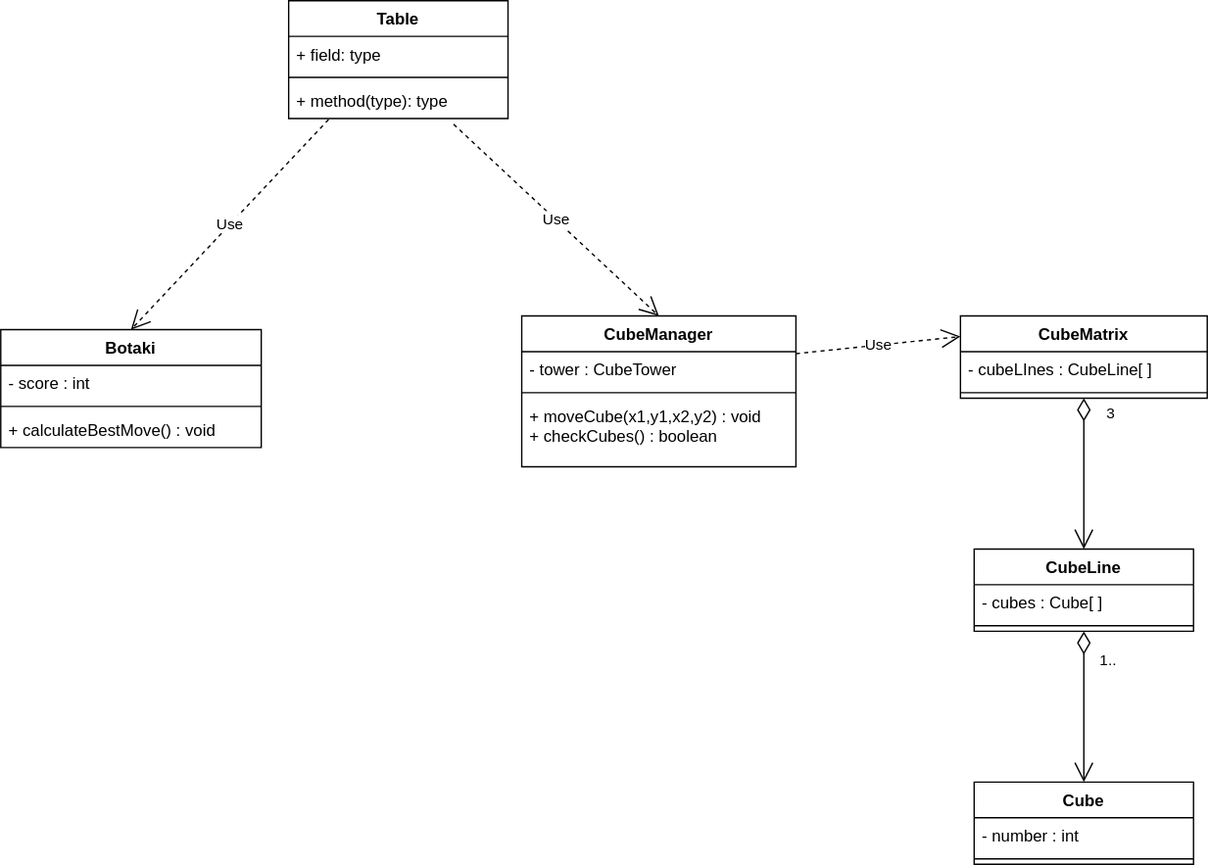
Before: ask1.drawio.svg, a diagram exported from draw.io (philipAthanasopoulos/Cube-io). Source tidied: cells renumbered, new cells last; positions are measured from the earlier drawing's top-left corner, leaving out a move shared by most shapes.
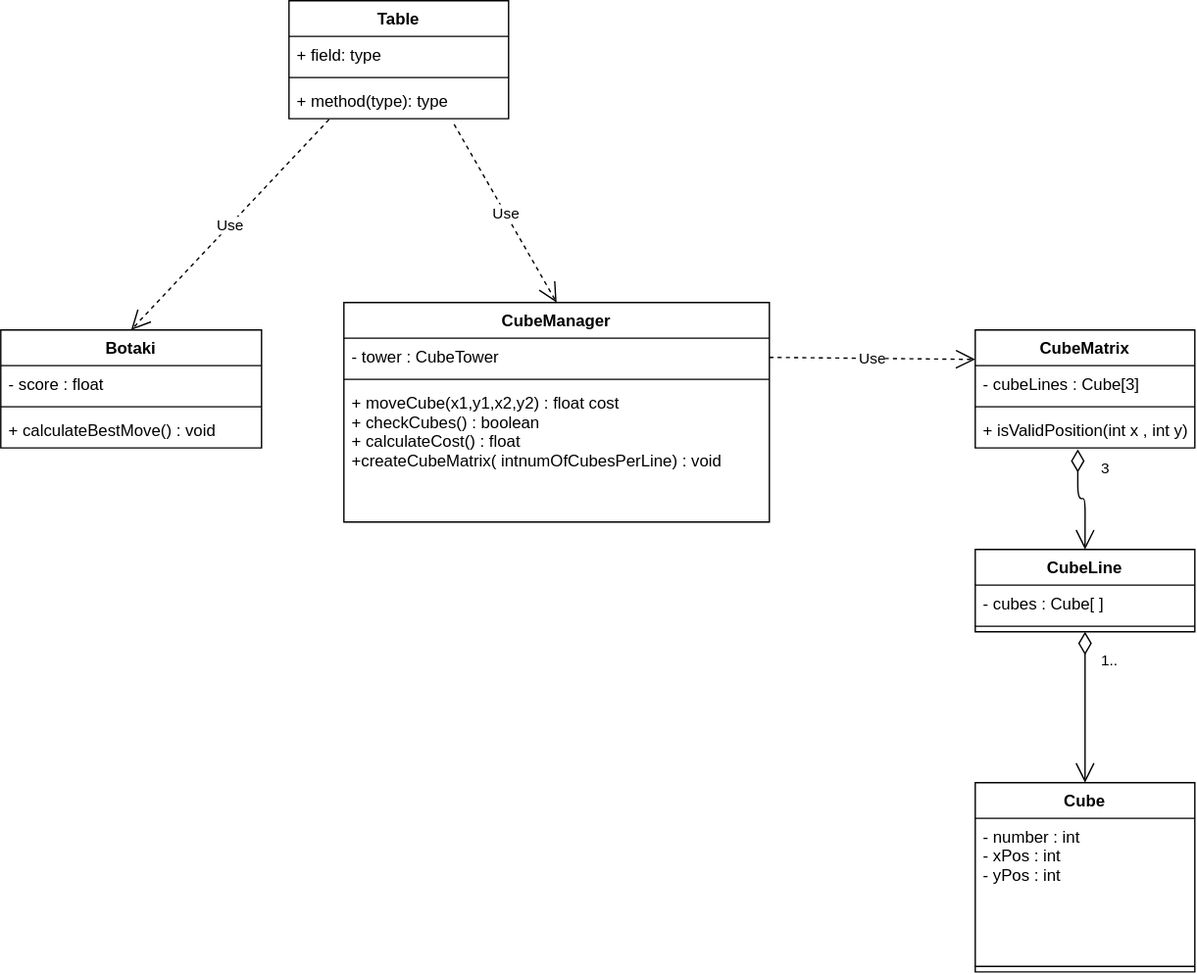
Later version of the same file.

What changed in the source:
```diff
@@ -3,18 +3,18 @@
     <mxCell id="0" />
     <mxCell id="1" parent="0" />
     <mxCell id="2" value="Cube" style="swimlane;fontStyle=1;align=center;verticalAlign=top;horizontal=1;startSize=26;" parent="1" vertex="1">
-      <mxGeometry x="710" y="570" width="160" height="60" as="geometry" />
+      <mxGeometry x="710" y="570" width="160" height="138" as="geometry" />
     </mxCell>
-    <mxCell id="3" value="- number : int" style="text;strokeColor=none;fillColor=none;align=left;verticalAlign=top;spacingLeft=4;spacingRight=4;overflow=hidden;" parent="2" vertex="1">
-      <mxGeometry y="26" width="160" height="26" as="geometry" />
+    <mxCell id="3" value="- number : int&#10;- xPos : int&#10;- yPos : int&#10;" style="text;strokeColor=none;fillColor=none;align=left;verticalAlign=top;spacingLeft=4;spacingRight=4;overflow=hidden;" parent="2" vertex="1">
+      <mxGeometry y="26" width="160" height="104" as="geometry" />
     </mxCell>
     <mxCell id="4" style="line;strokeWidth=1;fillColor=none;align=left;verticalAlign=middle;spacingTop=-1;spacingLeft=3;spacingRight=3;labelPosition=right;strokeColor=inherit;" parent="2" vertex="1">
-      <mxGeometry y="52" width="160" height="8" as="geometry" />
+      <mxGeometry y="130" width="160" height="8" as="geometry" />
     </mxCell>
     <mxCell id="5" value="Botaki" style="swimlane;fontStyle=1;align=center;verticalAlign=top;horizontal=1;startSize=26;" parent="1" vertex="1">
       <mxGeometry y="240" width="190" height="86" as="geometry" />
     </mxCell>
-    <mxCell id="6" value="- score : int" style="text;strokeColor=none;fillColor=none;align=left;verticalAlign=top;spacingLeft=4;spacingRight=4;overflow=hidden;" parent="5" vertex="1">
+    <mxCell id="6" value="- score : float" style="text;strokeColor=none;fillColor=none;align=left;verticalAlign=top;spacingLeft=4;spacingRight=4;overflow=hidden;" parent="5" vertex="1">
       <mxGeometry y="26" width="190" height="26" as="geometry" />
     </mxCell>
     <mxCell id="7" style="line;strokeWidth=1;fillColor=none;align=left;verticalAlign=middle;spacingTop=-1;spacingLeft=3;spacingRight=3;labelPosition=right;strokeColor=inherit;" parent="5" vertex="1">
@@ -48,16 +48,16 @@
       <mxGeometry y="52" width="160" height="8" as="geometry" />
     </mxCell>
     <mxCell id="17" value="CubeManager" style="swimlane;fontStyle=1;align=center;verticalAlign=top;horizontal=1;startSize=26;" parent="1" vertex="1">
-      <mxGeometry x="380" y="230" width="200" height="110" as="geometry" />
+      <mxGeometry x="250" y="220" width="310" height="160" as="geometry" />
     </mxCell>
     <mxCell id="18" value="- tower : CubeTower" style="text;strokeColor=none;fillColor=none;align=left;verticalAlign=top;spacingLeft=4;spacingRight=4;overflow=hidden;" parent="17" vertex="1">
-      <mxGeometry y="26" width="200" height="26" as="geometry" />
+      <mxGeometry y="26" width="310" height="26" as="geometry" />
     </mxCell>
     <mxCell id="19" style="line;strokeWidth=1;fillColor=none;align=left;verticalAlign=middle;spacingTop=-1;spacingLeft=3;spacingRight=3;labelPosition=right;strokeColor=inherit;" parent="17" vertex="1">
-      <mxGeometry y="52" width="200" height="8" as="geometry" />
+      <mxGeometry y="52" width="310" height="8" as="geometry" />
     </mxCell>
-    <mxCell id="20" value="+ moveCube(x1,y1,x2,y2) : void&#10;+ checkCubes() : boolean" style="text;strokeColor=none;fillColor=none;align=left;verticalAlign=top;spacingLeft=4;spacingRight=4;overflow=hidden;" parent="17" vertex="1">
-      <mxGeometry y="60" width="200" height="50" as="geometry" />
+    <mxCell id="20" value="+ moveCube(x1,y1,x2,y2) : float cost&#10;+ checkCubes() : boolean&#10;+ calculateCost() : float&#10;+createCubeMatrix( intnumOfCubesPerLine) : void&#10;" style="text;strokeColor=none;fillColor=none;align=left;verticalAlign=top;spacingLeft=4;spacingRight=4;overflow=hidden;" parent="17" vertex="1">
+      <mxGeometry y="60" width="310" height="100" as="geometry" />
     </mxCell>
     <mxCell id="21" value="Use" style="endArrow=open;endSize=12;dashed=1;html=1;exitX=0.752;exitY=1.16;exitDx=0;exitDy=0;exitPerimeter=0;entryX=0.5;entryY=0;entryDx=0;entryDy=0;" parent="1" edge="1" source="12" target="17">
       <mxGeometry relative="1" as="geometry" />
@@ -69,16 +69,19 @@
       <mxGeometry relative="1" as="geometry" />
     </mxCell>
     <mxCell id="24" value="CubeMatrix" style="swimlane;fontStyle=1;align=center;verticalAlign=top;horizontal=1;startSize=26;" parent="1" vertex="1">
-      <mxGeometry x="700" y="230" width="180" height="60" as="geometry" />
+      <mxGeometry x="710" y="240" width="160" height="86" as="geometry" />
     </mxCell>
-    <mxCell id="25" value="- cubeLInes : CubeLine[ ]" style="text;strokeColor=none;fillColor=none;align=left;verticalAlign=top;spacingLeft=4;spacingRight=4;overflow=hidden;" parent="24" vertex="1">
-      <mxGeometry y="26" width="180" height="26" as="geometry" />
-    </mxCell>
-    <mxCell id="26" style="line;strokeWidth=1;fillColor=none;align=left;verticalAlign=middle;spacingTop=-1;spacingLeft=3;spacingRight=3;labelPosition=right;strokeColor=inherit;" parent="24" vertex="1">
-      <mxGeometry y="52" width="180" height="8" as="geometry" />
-    </mxCell>
+    <mxCell id="28" value="- cubeLines : Cube[3]" style="text;strokeColor=none;fillColor=none;align=left;verticalAlign=top;spacingLeft=4;spacingRight=4;overflow=hidden;" parent="24" vertex="1">
+      <mxGeometry y="26" width="160" height="26" as="geometry" />
+    </mxCell>
+    <mxCell id="29" style="line;strokeWidth=1;fillColor=none;align=left;verticalAlign=middle;spacingTop=-1;spacingLeft=3;spacingRight=3;labelPosition=right;strokeColor=inherit;" parent="24" vertex="1">
+      <mxGeometry y="52" width="160" height="8" as="geometry" />
+    </mxCell>
+    <mxCell id="30" value="+ isValidPosition(int x , int y)" style="text;strokeColor=none;fillColor=none;align=left;verticalAlign=top;spacingLeft=4;spacingRight=4;overflow=hidden;points=[[0,0.5],[1,0.5]];portConstraint=eastwest;" parent="24" vertex="1">
+      <mxGeometry y="60" width="160" height="26" as="geometry" />
+    </mxCell>
-    <mxCell id="27" value="3&lt;br&gt;" style="endArrow=open;html=1;endSize=12;startArrow=diamondThin;startSize=14;startFill=0;edgeStyle=orthogonalEdgeStyle;align=left;verticalAlign=bottom;exitX=0.5;exitY=1;exitDx=0;exitDy=0;entryX=0.5;entryY=0;entryDx=0;entryDy=0;" parent="1" edge="1" source="24" target="14">
-      <mxGeometry x="-0.64" y="15" relative="1" as="geometry" />
+    <mxCell id="27" value="3&lt;br&gt;" style="endArrow=open;html=1;endSize=12;startArrow=diamondThin;startSize=14;startFill=0;edgeStyle=orthogonalEdgeStyle;align=left;verticalAlign=bottom;entryX=0.5;entryY=0;entryDx=0;entryDy=0;exitX=0.467;exitY=1.04;exitDx=0;exitDy=0;exitPerimeter=0;" parent="1" edge="1" source="30" target="14">
+      <mxGeometry x="-0.41" y="15" relative="1" as="geometry" />
     </mxCell>
   </root>
 </mxGraphModel>
```
